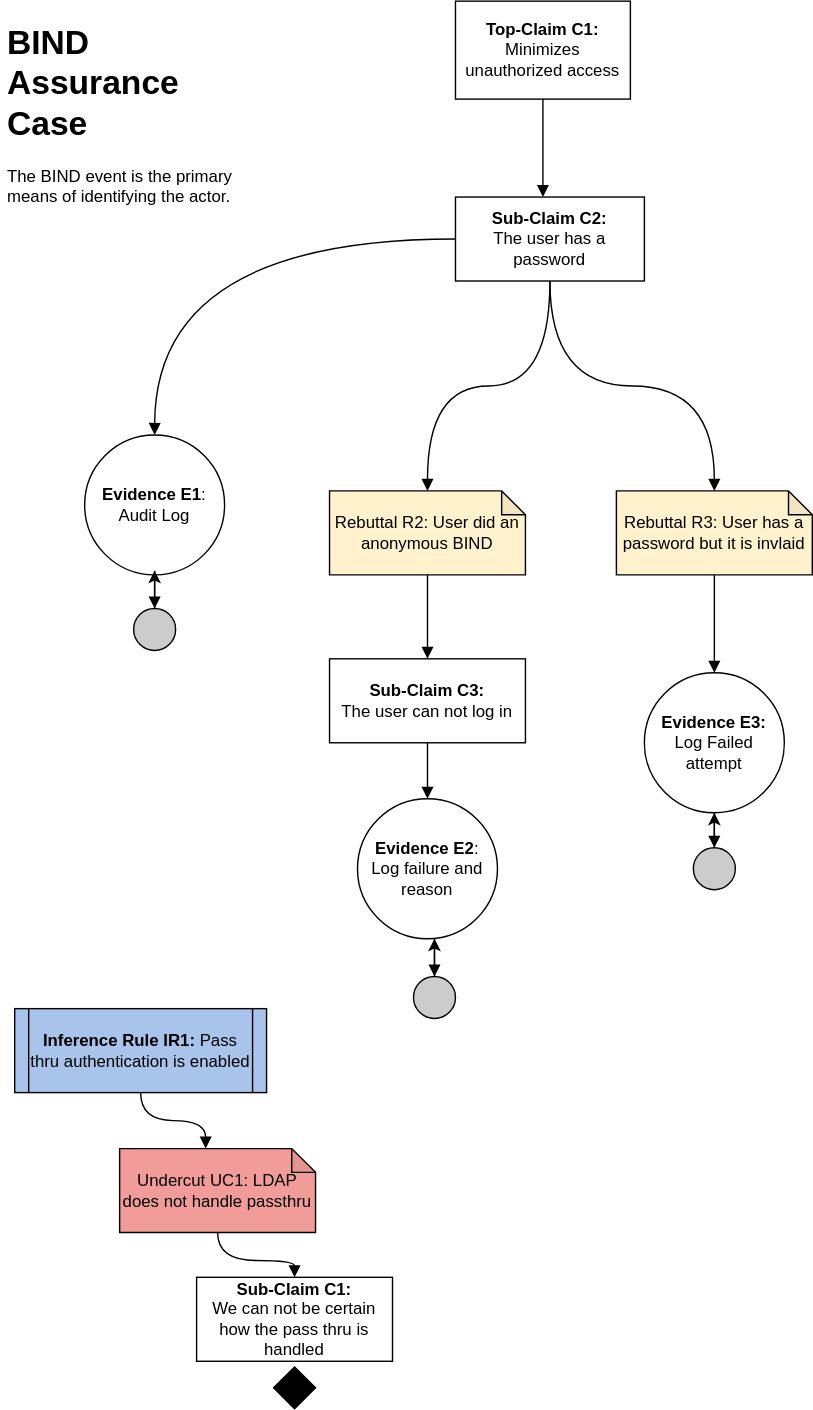
Before: images/BIND Assurance Case.svg, a diagram exported from draw.io (bartelsjoshuac/SAPG). Source tidied: cells renumbered, new cells last; positions are measured from the earlier drawing's top-left corner, leaving out a move shared by most shapes. Its diagram source:
```xml
<mxGraphModel>
  <root>
    <mxCell id="0" />
    <mxCell id="1" parent="0" />
    <mxCell id="2" value="&lt;h1&gt;BIND Assurance Case&lt;/h1&gt;&lt;p&gt;The BIND event is the primary means of identifying the actor.&lt;/p&gt;" style="text;html=1;strokeColor=none;fillColor=none;spacing=5;spacingTop=-20;whiteSpace=wrap;overflow=hidden;rounded=0;" parent="1" vertex="1">
      <mxGeometry y="10" width="190" height="270" as="geometry" />
    </mxCell>
    <mxCell id="3" style="edgeStyle=orthogonalEdgeStyle;rounded=0;jettySize=auto;html=1;endArrow=block;endFill=1;curved=1;" parent="1" edge="1" source="4">
      <mxGeometry relative="1" as="geometry">
        <mxPoint x="387.5" y="140" as="targetPoint" />
      </mxGeometry>
    </mxCell>
    <mxCell id="4" value="&lt;b&gt;Top-Claim C1:&lt;br&gt;&lt;/b&gt;Minimizes unauthorized access" style="rounded=0;whiteSpace=wrap;html=1;" parent="1" vertex="1">
      <mxGeometry x="325" width="125" height="70" as="geometry" />
    </mxCell>
    <mxCell id="5" style="edgeStyle=orthogonalEdgeStyle;curved=1;rounded=0;jettySize=auto;html=1;exitX=0.5;exitY=1;exitDx=0;exitDy=0;entryX=0.5;entryY=0;entryDx=0;entryDy=0;entryPerimeter=0;endArrow=block;endFill=1;" parent="1" edge="1" source="7" target="9">
      <mxGeometry relative="1" as="geometry" />
    </mxCell>
    <mxCell id="6" style="edgeStyle=orthogonalEdgeStyle;curved=1;rounded=0;jettySize=auto;html=1;exitX=0.5;exitY=1;exitDx=0;exitDy=0;entryX=0.5;entryY=0;entryDx=0;entryDy=0;entryPerimeter=0;endArrow=block;endFill=1;" parent="1" edge="1" source="7" target="11">
      <mxGeometry relative="1" as="geometry" />
    </mxCell>
    <mxCell id="7" value="&lt;b&gt;Sub-Claim C2:&lt;br&gt;&lt;/b&gt;The user has a password" style="rounded=0;whiteSpace=wrap;html=1;" parent="1" vertex="1">
      <mxGeometry x="325" y="140" width="135" height="60" as="geometry" />
    </mxCell>
    <mxCell id="8" style="edgeStyle=orthogonalEdgeStyle;curved=1;rounded=0;jettySize=auto;html=1;exitX=0.5;exitY=1;exitDx=0;exitDy=0;exitPerimeter=0;entryX=0.5;entryY=0;entryDx=0;entryDy=0;endArrow=block;endFill=1;" parent="1" edge="1" source="9" target="13">
      <mxGeometry relative="1" as="geometry" />
    </mxCell>
    <mxCell id="9" value="Rebuttal R2: User did an anonymous BIND" style="shape=note;whiteSpace=wrap;html=1;backgroundOutline=1;darkOpacity=0.05;size=17;fillColor=#FFF2CC;" parent="1" vertex="1">
      <mxGeometry x="235" y="350" width="140" height="60" as="geometry" />
    </mxCell>
    <mxCell id="10" style="edgeStyle=orthogonalEdgeStyle;curved=1;rounded=0;jettySize=auto;html=1;endArrow=block;endFill=1;entryX=0.5;entryY=0;entryDx=0;entryDy=0;" parent="1" edge="1" source="11" target="18">
      <mxGeometry relative="1" as="geometry" />
    </mxCell>
    <mxCell id="11" value="Rebuttal R3: User has a password but it is invlaid" style="shape=note;whiteSpace=wrap;html=1;backgroundOutline=1;darkOpacity=0.05;size=17;fillColor=#FFF2CC;" parent="1" vertex="1">
      <mxGeometry x="440" y="350" width="140" height="60" as="geometry" />
    </mxCell>
    <mxCell id="12" style="edgeStyle=orthogonalEdgeStyle;curved=1;rounded=0;jettySize=auto;html=1;exitX=0.5;exitY=1;exitDx=0;exitDy=0;entryX=0.5;entryY=0;entryDx=0;entryDy=0;endArrow=block;endFill=1;" parent="1" edge="1" source="13" target="15">
      <mxGeometry relative="1" as="geometry" />
    </mxCell>
    <mxCell id="13" value="&lt;b&gt;Sub-Claim C3:&lt;br&gt;&lt;/b&gt;The user can not log in" style="rounded=0;whiteSpace=wrap;html=1;" parent="1" vertex="1">
      <mxGeometry x="235" y="470" width="140" height="60" as="geometry" />
    </mxCell>
    <mxCell id="14" style="edgeStyle=orthogonalEdgeStyle;curved=1;rounded=0;jettySize=auto;html=1;entryX=0.5;entryY=0;entryDx=0;entryDy=0;endArrow=block;endFill=1;exitX=0.5;exitY=1;exitDx=0;exitDy=0;" parent="1" edge="1" target="17">
      <mxGeometry relative="1" as="geometry">
        <mxPoint x="310" y="670" as="sourcePoint" />
      </mxGeometry>
    </mxCell>
    <mxCell id="15" value="&lt;b&gt;Evidence E2&lt;/b&gt;:&lt;br&gt;Log failure and reason" style="ellipse;whiteSpace=wrap;html=1;fillColor=#ffffff;rounded=0;" parent="1" vertex="1">
      <mxGeometry x="255" y="570" width="100" height="100" as="geometry" />
    </mxCell>
    <mxCell id="16" style="edgeStyle=orthogonalEdgeStyle;rounded=0;jettySize=auto;html=1;" parent="1" edge="1" source="17">
      <mxGeometry relative="1" as="geometry">
        <mxPoint x="310" y="670" as="targetPoint" />
      </mxGeometry>
    </mxCell>
    <mxCell id="17" style="ellipse;whiteSpace=wrap;html=1;fillColor=#CCCCCC;" parent="1" vertex="1">
      <mxGeometry x="295" y="697" width="30" height="30" as="geometry" />
    </mxCell>
    <mxCell id="18" value="&lt;b&gt;Evidence E3:&lt;/b&gt;&lt;br&gt;Log Failed attempt" style="ellipse;whiteSpace=wrap;html=1;fillColor=#ffffff;rounded=0;" parent="1" vertex="1">
      <mxGeometry x="460" y="480" width="100" height="100" as="geometry" />
    </mxCell>
    <mxCell id="19" style="edgeStyle=orthogonalEdgeStyle;curved=1;rounded=0;jettySize=auto;html=1;entryX=0;entryY=0;entryDx=61.5;entryDy=0;entryPerimeter=0;endArrow=block;endFill=1;" parent="1" edge="1" source="20" target="22">
      <mxGeometry relative="1" as="geometry" />
    </mxCell>
    <mxCell id="20" value="&lt;b&gt;Inference Rule IR1:&lt;/b&gt; Pass thru authentication is enabled" style="shape=process;whiteSpace=wrap;html=1;backgroundOutline=1;fillColor=#A9C4EB;size=0.05555555555555555;" parent="1" vertex="1">
      <mxGeometry x="10" y="720" width="180" height="60" as="geometry" />
    </mxCell>
    <mxCell id="21" style="edgeStyle=orthogonalEdgeStyle;curved=1;rounded=0;jettySize=auto;html=1;endArrow=block;endFill=1;" parent="1" edge="1" source="22" target="23">
      <mxGeometry relative="1" as="geometry" />
    </mxCell>
    <mxCell id="22" value="Undercut UC1: LDAP does not handle passthru" style="shape=note;whiteSpace=wrap;html=1;backgroundOutline=1;darkOpacity=0.05;size=17;fillColor=#F19C99;" parent="1" vertex="1">
      <mxGeometry x="85" y="820" width="140" height="60" as="geometry" />
    </mxCell>
    <mxCell id="23" value="&lt;b&gt;Sub-Claim C1:&lt;br&gt;&lt;/b&gt;We can not be certain how the pass thru is handled" style="rounded=0;whiteSpace=wrap;html=1;" parent="1" vertex="1">
      <mxGeometry x="140" y="912" width="140" height="60" as="geometry" />
    </mxCell>
    <mxCell id="24" style="rhombus;whiteSpace=wrap;html=1;fillColor=#000000;" parent="1" vertex="1">
      <mxGeometry x="195" y="976" width="30" height="30" as="geometry" />
    </mxCell>
    <mxCell id="25" style="edgeStyle=orthogonalEdgeStyle;curved=1;rounded=0;jettySize=auto;html=1;exitX=0;exitY=0.5;exitDx=0;exitDy=0;endArrow=block;endFill=1;" parent="1" edge="1" source="7">
      <mxGeometry relative="1" as="geometry">
        <mxPoint x="110" y="310" as="targetPoint" />
      </mxGeometry>
    </mxCell>
    <mxCell id="26" value="&lt;b&gt;Evidence E1&lt;/b&gt;:&lt;br&gt;Audit Log" style="ellipse;whiteSpace=wrap;html=1;fillColor=#ffffff;rounded=0;" parent="1" vertex="1">
      <mxGeometry x="60" y="310" width="100" height="100" as="geometry" />
    </mxCell>
    <mxCell id="27" style="edgeStyle=orthogonalEdgeStyle;rounded=0;jettySize=auto;html=1;" parent="1" edge="1" source="28" target="18">
      <mxGeometry relative="1" as="geometry" />
    </mxCell>
    <mxCell id="28" style="ellipse;whiteSpace=wrap;html=1;fillColor=#CCCCCC;" parent="1" vertex="1">
      <mxGeometry x="495" y="605" width="30" height="30" as="geometry" />
    </mxCell>
    <mxCell id="29" style="edgeStyle=orthogonalEdgeStyle;curved=1;rounded=0;jettySize=auto;html=1;entryX=0.5;entryY=0;entryDx=0;entryDy=0;endArrow=block;endFill=1;" parent="1" edge="1" source="18" target="28">
      <mxGeometry relative="1" as="geometry" />
    </mxCell>
    <mxCell id="30" style="edgeStyle=orthogonalEdgeStyle;curved=1;rounded=0;jettySize=auto;html=1;entryX=0.5;entryY=0;entryDx=0;entryDy=0;endArrow=block;endFill=1;exitX=0.5;exitY=1;exitDx=0;exitDy=0;" parent="1" edge="1" target="32">
      <mxGeometry relative="1" as="geometry">
        <mxPoint x="110" y="407" as="sourcePoint" />
      </mxGeometry>
    </mxCell>
    <mxCell id="31" style="edgeStyle=orthogonalEdgeStyle;rounded=0;jettySize=auto;html=1;" parent="1" edge="1" source="32">
      <mxGeometry relative="1" as="geometry">
        <mxPoint x="110" y="407" as="targetPoint" />
      </mxGeometry>
    </mxCell>
    <mxCell id="32" style="ellipse;whiteSpace=wrap;html=1;fillColor=#CCCCCC;" parent="1" vertex="1">
      <mxGeometry x="95" y="434" width="30" height="30" as="geometry" />
    </mxCell>
  </root>
</mxGraphModel>
```
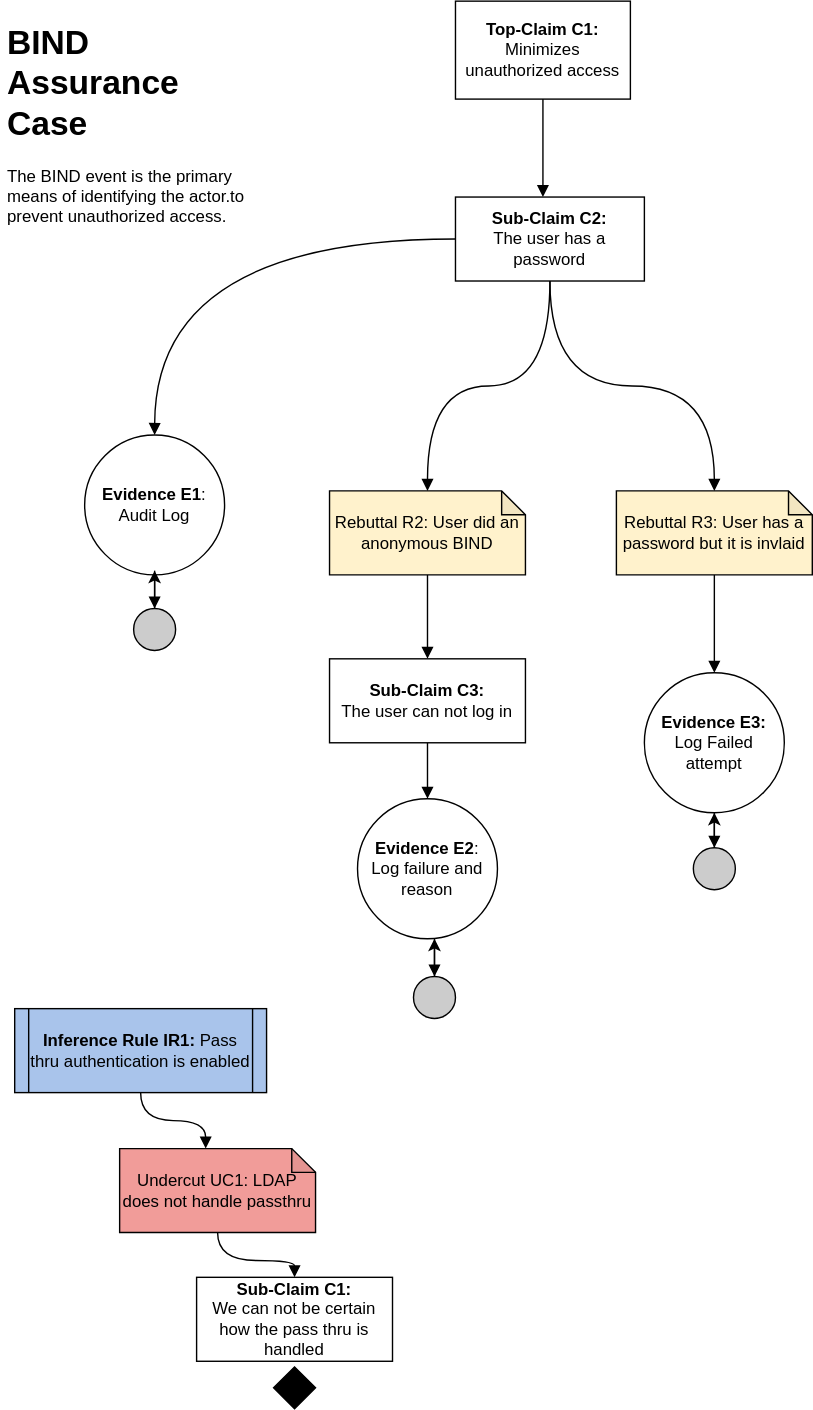
After the change.

The edit, as a diff of the source:
```diff
@@ -2,7 +2,7 @@
   <root>
     <mxCell id="0" />
     <mxCell id="1" parent="0" />
-    <mxCell id="2" value="&lt;h1&gt;BIND Assurance Case&lt;/h1&gt;&lt;p&gt;The BIND event is the primary means of identifying the actor.&lt;/p&gt;" style="text;html=1;strokeColor=none;fillColor=none;spacing=5;spacingTop=-20;whiteSpace=wrap;overflow=hidden;rounded=0;" parent="1" vertex="1">
+    <mxCell id="2" value="&lt;h1&gt;BIND Assurance Case&lt;/h1&gt;&lt;p&gt;The BIND event is the primary means of identifying the actor.to prevent unauthorized access.&lt;/p&gt;" style="text;html=1;strokeColor=none;fillColor=none;spacing=5;spacingTop=-20;whiteSpace=wrap;overflow=hidden;rounded=0;" parent="1" vertex="1">
       <mxGeometry y="10" width="190" height="270" as="geometry" />
     </mxCell>
     <mxCell id="3" style="edgeStyle=orthogonalEdgeStyle;rounded=0;jettySize=auto;html=1;endArrow=block;endFill=1;curved=1;" parent="1" edge="1" source="4">
```
